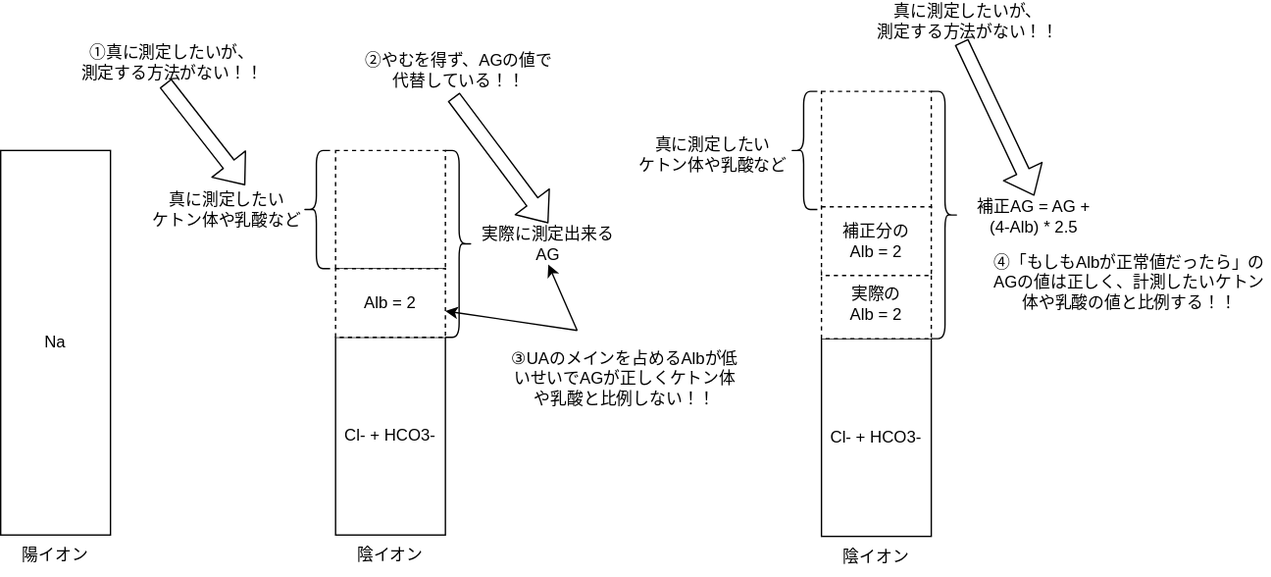
This is medicine/blood_gas_analysis_mi/images/alb_correction_image.drawio.svg from figarofuga/personal-slides, a draw.io export, as it was before one commit. Source tidied: cells renumbered, new cells last; positions are measured from the earlier drawing's top-left corner, leaving out a move shared by most shapes. The source it was exported from:
```xml
<mxGraphModel>
  <root>
    <mxCell id="0" />
    <mxCell id="1" parent="0" />
    <mxCell id="2" value="Na" style="rounded=0;whiteSpace=wrap;html=1;" parent="1" vertex="1">
      <mxGeometry y="109" width="80" height="280" as="geometry" />
    </mxCell>
    <mxCell id="3" value="Cl- + HCO3-" style="rounded=0;whiteSpace=wrap;html=1;" parent="1" vertex="1">
      <mxGeometry x="244" y="245" width="80" height="144" as="geometry" />
    </mxCell>
    <mxCell id="4" style="rounded=0;whiteSpace=wrap;html=1;dashed=1;" parent="1" vertex="1">
      <mxGeometry x="244" y="109" width="80" height="86" as="geometry" />
    </mxCell>
    <mxCell id="5" value="陽イオン" style="text;html=1;align=center;verticalAlign=middle;whiteSpace=wrap;rounded=0;" parent="1" vertex="1">
      <mxGeometry x="10" y="389" width="60" height="30" as="geometry" />
    </mxCell>
    <mxCell id="6" value="陰イオン" style="text;html=1;align=center;verticalAlign=middle;whiteSpace=wrap;rounded=0;" parent="1" vertex="1">
      <mxGeometry x="254" y="389" width="60" height="30" as="geometry" />
    </mxCell>
    <mxCell id="7" value="実際に測定出来るAG" style="text;html=1;align=center;verticalAlign=middle;whiteSpace=wrap;rounded=0;" parent="1" vertex="1">
      <mxGeometry x="344" y="162" width="110" height="30" as="geometry" />
    </mxCell>
    <mxCell id="8" style="shape=curlyBracket;whiteSpace=wrap;html=1;rounded=1;flipH=1;labelPosition=right;verticalLabelPosition=middle;align=left;verticalAlign=middle;" parent="1" vertex="1">
      <mxGeometry x="324" y="109" width="20" height="136" as="geometry" />
    </mxCell>
    <mxCell id="9" value="Alb = 2" style="rounded=0;whiteSpace=wrap;html=1;dashed=1;" parent="1" vertex="1">
      <mxGeometry x="244" y="195" width="80" height="50" as="geometry" />
    </mxCell>
    <mxCell id="10" style="shape=curlyBracket;whiteSpace=wrap;html=1;rounded=1;labelPosition=left;verticalLabelPosition=middle;align=right;verticalAlign=middle;" parent="1" vertex="1">
      <mxGeometry x="220" y="109" width="20" height="86" as="geometry" />
    </mxCell>
    <mxCell id="11" value="真に測定したい&lt;div&gt;ケトン体や乳酸など&lt;/div&gt;" style="text;html=1;whiteSpace=wrap;strokeColor=none;fillColor=none;align=center;verticalAlign=middle;rounded=0;" parent="1" vertex="1">
      <mxGeometry x="100" y="132" width="130" height="40" as="geometry" />
    </mxCell>
    <mxCell id="12" value="Cl- + HCO3-" style="rounded=0;whiteSpace=wrap;html=1;" parent="1" vertex="1">
      <mxGeometry x="598" y="246" width="80" height="144" as="geometry" />
    </mxCell>
    <mxCell id="13" style="rounded=0;whiteSpace=wrap;html=1;dashed=1;" parent="1" vertex="1">
      <mxGeometry x="598" y="66" width="80" height="86" as="geometry" />
    </mxCell>
    <mxCell id="14" value="陰イオン" style="text;html=1;align=center;verticalAlign=middle;whiteSpace=wrap;rounded=0;" parent="1" vertex="1">
      <mxGeometry x="608" y="390" width="60" height="30" as="geometry" />
    </mxCell>
    <mxCell id="15" value="補正AG = AG +&amp;nbsp;&lt;div&gt;(4-Alb) * 2.5&lt;/div&gt;" style="text;html=1;align=center;verticalAlign=middle;whiteSpace=wrap;rounded=0;" parent="1" vertex="1">
      <mxGeometry x="698" y="142" width="110" height="30" as="geometry" />
    </mxCell>
    <mxCell id="16" style="shape=curlyBracket;whiteSpace=wrap;html=1;rounded=1;flipH=1;labelPosition=right;verticalLabelPosition=middle;align=left;verticalAlign=middle;" parent="1" vertex="1">
      <mxGeometry x="678" y="66" width="20" height="180" as="geometry" />
    </mxCell>
    <mxCell id="17" style="shape=curlyBracket;whiteSpace=wrap;html=1;rounded=1;labelPosition=left;verticalLabelPosition=middle;align=right;verticalAlign=middle;" parent="1" vertex="1">
      <mxGeometry x="575" y="66" width="20" height="86" as="geometry" />
    </mxCell>
    <mxCell id="18" value="真に測定したい&lt;div&gt;ケトン体や乳酸など&lt;/div&gt;" style="text;html=1;whiteSpace=wrap;strokeColor=none;fillColor=none;align=center;verticalAlign=middle;rounded=0;" parent="1" vertex="1">
      <mxGeometry x="454" y="92" width="130" height="40" as="geometry" />
    </mxCell>
    <mxCell id="19" value="実際の&lt;div&gt;Alb = 2&lt;/div&gt;" style="rounded=0;whiteSpace=wrap;html=1;dashed=1;" parent="1" vertex="1">
      <mxGeometry x="598" y="196" width="80" height="50" as="geometry" />
    </mxCell>
    <mxCell id="20" value="補正分の&lt;div&gt;Alb = 2&lt;/div&gt;" style="rounded=0;whiteSpace=wrap;html=1;dashed=1;" parent="1" vertex="1">
      <mxGeometry x="598" y="150" width="80" height="50" as="geometry" />
    </mxCell>
    <mxCell id="21" style="shape=flexArrow;endArrow=classic;html=1;entryX=0.601;entryY=0.058;entryDx=0;entryDy=0;entryPerimeter=0;" parent="1" edge="1" target="11">
      <mxGeometry relative="1" as="geometry">
        <mxPoint x="120" y="60" as="sourcePoint" />
      </mxGeometry>
    </mxCell>
    <mxCell id="22" value="①真に測定したいが、&lt;div&gt;測定する方法がない！！&lt;/div&gt;" style="text;html=1;whiteSpace=wrap;strokeColor=none;fillColor=none;align=center;verticalAlign=middle;rounded=0;" parent="1" vertex="1">
      <mxGeometry x="50" y="30" width="150" height="30" as="geometry" />
    </mxCell>
    <mxCell id="23" style="shape=flexArrow;endArrow=classic;html=1;entryX=0.5;entryY=0;entryDx=0;entryDy=0;" parent="1" edge="1" target="7">
      <mxGeometry relative="1" as="geometry">
        <mxPoint x="330" y="70" as="sourcePoint" />
      </mxGeometry>
    </mxCell>
    <mxCell id="24" value="②やむを得ず、AGの値で&lt;div&gt;代替している！！&lt;/div&gt;" style="text;html=1;whiteSpace=wrap;strokeColor=none;fillColor=none;align=center;verticalAlign=middle;rounded=0;" parent="1" vertex="1">
      <mxGeometry x="259" y="36" width="150" height="30" as="geometry" />
    </mxCell>
    <mxCell id="25" style="shape=flexArrow;endArrow=classic;html=1;entryX=0.5;entryY=0;entryDx=0;entryDy=0;" parent="1" edge="1" target="15">
      <mxGeometry relative="1" as="geometry">
        <mxPoint x="700" y="30" as="sourcePoint" />
      </mxGeometry>
    </mxCell>
    <mxCell id="26" value="真に測定したいが、&lt;div&gt;測定する方法がない！！&lt;/div&gt;" style="text;html=1;whiteSpace=wrap;strokeColor=none;fillColor=none;align=center;verticalAlign=middle;rounded=0;" parent="1" vertex="1">
      <mxGeometry x="630" width="150" height="30" as="geometry" />
    </mxCell>
    <mxCell id="27" style="endArrow=classic;html=1;entryX=0.5;entryY=1;entryDx=0;entryDy=0;" parent="1" edge="1" target="7">
      <mxGeometry relative="1" as="geometry">
        <mxPoint x="420" y="240" as="sourcePoint" />
      </mxGeometry>
    </mxCell>
    <mxCell id="28" style="endArrow=classic;html=1;" parent="1" edge="1" target="9">
      <mxGeometry relative="1" as="geometry">
        <mxPoint x="420" y="240" as="sourcePoint" />
      </mxGeometry>
    </mxCell>
    <mxCell id="29" value="③UAのメインを占めるAlbが低いせいでAGが正しくケトン体や乳酸と比例しない！！" style="text;html=1;align=center;verticalAlign=middle;whiteSpace=wrap;rounded=0;" parent="1" vertex="1">
      <mxGeometry x="370" y="240" width="170" height="70" as="geometry" />
    </mxCell>
    <mxCell id="30" value="④「もしもAlbが正常値だったら」のAGの値は正しく、計測したいケトン体や乳酸の値と比例する！！" style="text;html=1;align=center;verticalAlign=middle;whiteSpace=wrap;rounded=0;" parent="1" vertex="1">
      <mxGeometry x="720" y="170" width="205" height="70" as="geometry" />
    </mxCell>
  </root>
</mxGraphModel>
```
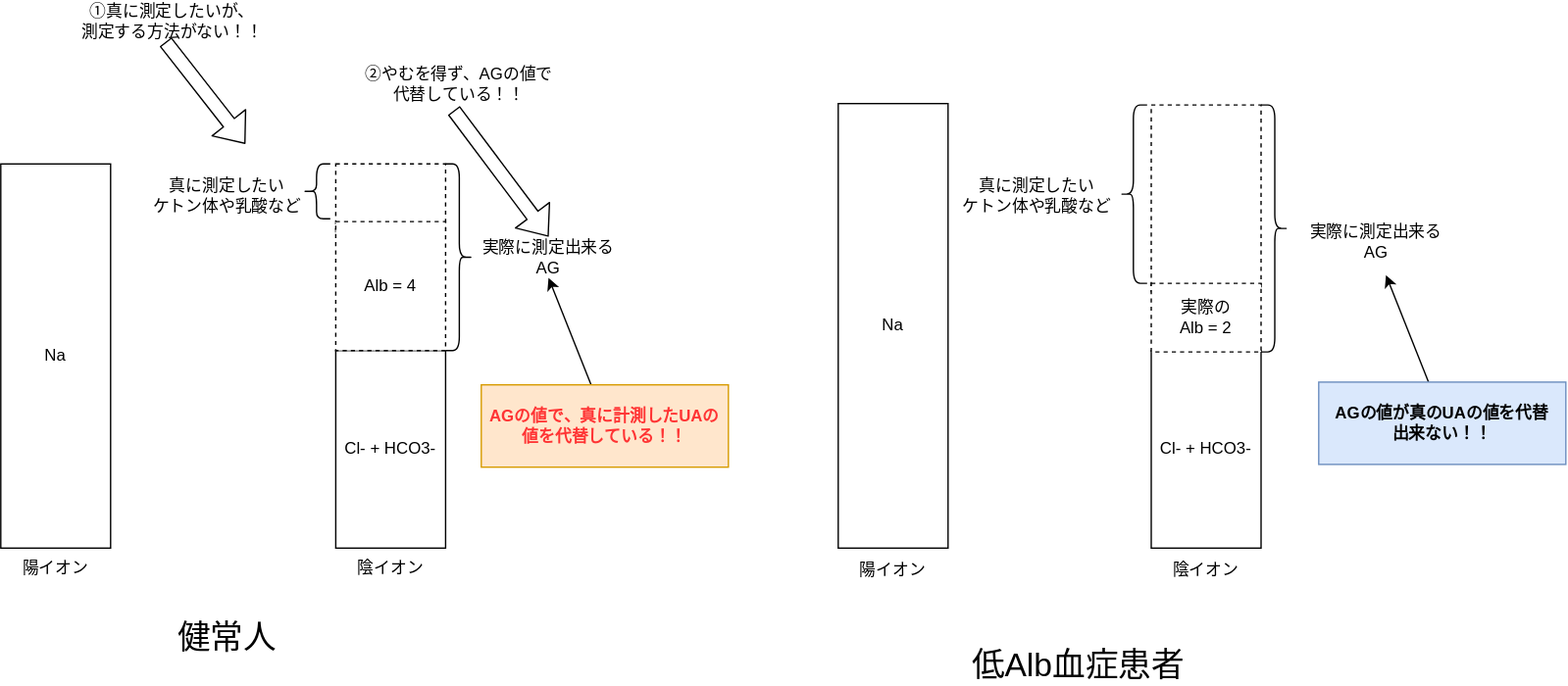
Above is the later version.

The edit, as a diff of the source:
```diff
@@ -9,7 +9,7 @@
       <mxGeometry x="244" y="245" width="80" height="144" as="geometry" />
     </mxCell>
     <mxCell id="4" style="rounded=0;whiteSpace=wrap;html=1;dashed=1;" parent="1" vertex="1">
-      <mxGeometry x="244" y="109" width="80" height="86" as="geometry" />
+      <mxGeometry x="244" y="109" width="80" height="50" as="geometry" />
     </mxCell>
     <mxCell id="5" value="陽イオン" style="text;html=1;align=center;verticalAlign=middle;whiteSpace=wrap;rounded=0;" parent="1" vertex="1">
       <mxGeometry x="10" y="389" width="60" height="30" as="geometry" />
@@ -23,49 +23,44 @@
     <mxCell id="8" style="shape=curlyBracket;whiteSpace=wrap;html=1;rounded=1;flipH=1;labelPosition=right;verticalLabelPosition=middle;align=left;verticalAlign=middle;" parent="1" vertex="1">
       <mxGeometry x="324" y="109" width="20" height="136" as="geometry" />
     </mxCell>
-    <mxCell id="9" value="Alb = 2" style="rounded=0;whiteSpace=wrap;html=1;dashed=1;" parent="1" vertex="1">
-      <mxGeometry x="244" y="195" width="80" height="50" as="geometry" />
+    <mxCell id="9" value="Alb = 4" style="rounded=0;whiteSpace=wrap;html=1;dashed=1;" parent="1" vertex="1">
+      <mxGeometry x="244" y="151" width="80" height="94" as="geometry" />
     </mxCell>
     <mxCell id="10" style="shape=curlyBracket;whiteSpace=wrap;html=1;rounded=1;labelPosition=left;verticalLabelPosition=middle;align=right;verticalAlign=middle;" parent="1" vertex="1">
-      <mxGeometry x="220" y="109" width="20" height="86" as="geometry" />
+      <mxGeometry x="220" y="109" width="20" height="40" as="geometry" />
     </mxCell>
     <mxCell id="11" value="真に測定したい&lt;div&gt;ケトン体や乳酸など&lt;/div&gt;" style="text;html=1;whiteSpace=wrap;strokeColor=none;fillColor=none;align=center;verticalAlign=middle;rounded=0;" parent="1" vertex="1">
-      <mxGeometry x="100" y="132" width="130" height="40" as="geometry" />
+      <mxGeometry x="100" y="112" width="130" height="40" as="geometry" />
     </mxCell>
     <mxCell id="12" value="Cl- + HCO3-" style="rounded=0;whiteSpace=wrap;html=1;" parent="1" vertex="1">
-      <mxGeometry x="598" y="246" width="80" height="144" as="geometry" />
+      <mxGeometry x="838" y="245" width="80" height="144" as="geometry" />
     </mxCell>
     <mxCell id="13" style="rounded=0;whiteSpace=wrap;html=1;dashed=1;" parent="1" vertex="1">
-      <mxGeometry x="598" y="66" width="80" height="86" as="geometry" />
+      <mxGeometry x="838" y="66" width="80" height="136" as="geometry" />
     </mxCell>
     <mxCell id="14" value="陰イオン" style="text;html=1;align=center;verticalAlign=middle;whiteSpace=wrap;rounded=0;" parent="1" vertex="1">
-      <mxGeometry x="608" y="390" width="60" height="30" as="geometry" />
+      <mxGeometry x="848" y="390" width="60" height="30" as="geometry" />
     </mxCell>
-    <mxCell id="15" value="補正AG = AG +&amp;nbsp;&lt;div&gt;(4-Alb) * 2.5&lt;/div&gt;" style="text;html=1;align=center;verticalAlign=middle;whiteSpace=wrap;rounded=0;" parent="1" vertex="1">
-      <mxGeometry x="698" y="142" width="110" height="30" as="geometry" />
-    </mxCell>
     <mxCell id="16" style="shape=curlyBracket;whiteSpace=wrap;html=1;rounded=1;flipH=1;labelPosition=right;verticalLabelPosition=middle;align=left;verticalAlign=middle;" parent="1" vertex="1">
-      <mxGeometry x="678" y="66" width="20" height="180" as="geometry" />
+      <mxGeometry x="918" y="66" width="20" height="180" as="geometry" />
     </mxCell>
     <mxCell id="17" style="shape=curlyBracket;whiteSpace=wrap;html=1;rounded=1;labelPosition=left;verticalLabelPosition=middle;align=right;verticalAlign=middle;" parent="1" vertex="1">
-      <mxGeometry x="575" y="66" width="20" height="86" as="geometry" />
+      <mxGeometry x="815" y="66" width="20" height="130" as="geometry" />
     </mxCell>
     <mxCell id="18" value="真に測定したい&lt;div&gt;ケトン体や乳酸など&lt;/div&gt;" style="text;html=1;whiteSpace=wrap;strokeColor=none;fillColor=none;align=center;verticalAlign=middle;rounded=0;" parent="1" vertex="1">
-      <mxGeometry x="454" y="92" width="130" height="40" as="geometry" />
+      <mxGeometry x="690" y="112" width="130" height="40" as="geometry" />
     </mxCell>
     <mxCell id="19" value="実際の&lt;div&gt;Alb = 2&lt;/div&gt;" style="rounded=0;whiteSpace=wrap;html=1;dashed=1;" parent="1" vertex="1">
-      <mxGeometry x="598" y="196" width="80" height="50" as="geometry" />
+      <mxGeometry x="838" y="196" width="80" height="50" as="geometry" />
     </mxCell>
-    <mxCell id="20" value="補正分の&lt;div&gt;Alb = 2&lt;/div&gt;" style="rounded=0;whiteSpace=wrap;html=1;dashed=1;" parent="1" vertex="1">
-      <mxGeometry x="598" y="150" width="80" height="50" as="geometry" />
-    </mxCell>
-    <mxCell id="21" style="shape=flexArrow;endArrow=classic;html=1;entryX=0.601;entryY=0.058;entryDx=0;entryDy=0;entryPerimeter=0;" parent="1" edge="1" target="11">
+    <mxCell id="21" style="shape=flexArrow;endArrow=classic;html=1;entryX=0.601;entryY=0.058;entryDx=0;entryDy=0;entryPerimeter=0;" parent="1" edge="1">
       <mxGeometry relative="1" as="geometry">
-        <mxPoint x="120" y="60" as="sourcePoint" />
+        <mxPoint x="120" y="20" as="sourcePoint" />
+        <mxPoint x="178.1" y="94.3" as="targetPoint" />
       </mxGeometry>
     </mxCell>
     <mxCell id="22" value="①真に測定したいが、&lt;div&gt;測定する方法がない！！&lt;/div&gt;" style="text;html=1;whiteSpace=wrap;strokeColor=none;fillColor=none;align=center;verticalAlign=middle;rounded=0;" parent="1" vertex="1">
-      <mxGeometry x="50" y="30" width="150" height="30" as="geometry" />
+      <mxGeometry x="50" y="-10" width="150" height="30" as="geometry" />
     </mxCell>
     <mxCell id="23" style="shape=flexArrow;endArrow=classic;html=1;entryX=0.5;entryY=0;entryDx=0;entryDy=0;" parent="1" edge="1" target="7">
       <mxGeometry relative="1" as="geometry">
@@ -75,29 +70,37 @@
     <mxCell id="24" value="②やむを得ず、AGの値で&lt;div&gt;代替している！！&lt;/div&gt;" style="text;html=1;whiteSpace=wrap;strokeColor=none;fillColor=none;align=center;verticalAlign=middle;rounded=0;" parent="1" vertex="1">
       <mxGeometry x="259" y="36" width="150" height="30" as="geometry" />
     </mxCell>
-    <mxCell id="25" style="shape=flexArrow;endArrow=classic;html=1;entryX=0.5;entryY=0;entryDx=0;entryDy=0;" parent="1" edge="1" target="15">
-      <mxGeometry relative="1" as="geometry">
-        <mxPoint x="700" y="30" as="sourcePoint" />
-      </mxGeometry>
-    </mxCell>
-    <mxCell id="26" value="真に測定したいが、&lt;div&gt;測定する方法がない！！&lt;/div&gt;" style="text;html=1;whiteSpace=wrap;strokeColor=none;fillColor=none;align=center;verticalAlign=middle;rounded=0;" parent="1" vertex="1">
-      <mxGeometry x="630" width="150" height="30" as="geometry" />
-    </mxCell>
     <mxCell id="27" style="endArrow=classic;html=1;entryX=0.5;entryY=1;entryDx=0;entryDy=0;" parent="1" edge="1" target="7">
       <mxGeometry relative="1" as="geometry">
-        <mxPoint x="420" y="240" as="sourcePoint" />
+        <mxPoint x="430" y="270" as="sourcePoint" />
       </mxGeometry>
     </mxCell>
-    <mxCell id="28" style="endArrow=classic;html=1;" parent="1" edge="1" target="9">
-      <mxGeometry relative="1" as="geometry">
-        <mxPoint x="420" y="240" as="sourcePoint" />
-      </mxGeometry>
-    </mxCell>
-    <mxCell id="29" value="③UAのメインを占めるAlbが低いせいでAGが正しくケトン体や乳酸と比例しない！！" style="text;html=1;align=center;verticalAlign=middle;whiteSpace=wrap;rounded=0;" parent="1" vertex="1">
-      <mxGeometry x="370" y="240" width="170" height="70" as="geometry" />
-    </mxCell>
-    <mxCell id="30" value="④「もしもAlbが正常値だったら」のAGの値は正しく、計測したいケトン体や乳酸の値と比例する！！" style="text;html=1;align=center;verticalAlign=middle;whiteSpace=wrap;rounded=0;" parent="1" vertex="1">
-      <mxGeometry x="720" y="170" width="205" height="70" as="geometry" />
-    </mxCell>
+    <mxCell id="31" value="&lt;font style=&quot;font-size: 24px;&quot;&gt;健常人&lt;/font&gt;" style="text;html=1;whiteSpace=wrap;strokeColor=none;fillColor=none;align=center;verticalAlign=middle;rounded=0;" parent="1" vertex="1">
+      <mxGeometry x="120" y="440" width="90" height="30" as="geometry" />
+    </mxCell>
+    <mxCell id="32" value="&lt;b&gt;AGの値で、真に計測したUAの値を代替している！！&lt;/b&gt;" style="text;html=1;whiteSpace=wrap;align=center;verticalAlign=middle;rounded=0;fillColor=#ffe6cc;strokeColor=#d79b00;fontColor=#FF3333;" parent="1" vertex="1">
+      <mxGeometry x="350" y="270" width="180" height="60" as="geometry" />
+    </mxCell>
+    <mxCell id="33" value="Na" style="rounded=0;whiteSpace=wrap;html=1;" parent="1" vertex="1">
+      <mxGeometry x="610" y="65" width="80" height="324" as="geometry" />
+    </mxCell>
+    <mxCell id="34" value="&lt;span style=&quot;font-size: 24px;&quot;&gt;低Alb血症患者&lt;/span&gt;" style="text;html=1;whiteSpace=wrap;strokeColor=none;fillColor=none;align=center;verticalAlign=middle;rounded=0;" parent="1" vertex="1">
+      <mxGeometry x="700" y="460" width="170" height="30" as="geometry" />
+    </mxCell>
+    <mxCell id="35" value="実際に測定出来るAG" style="text;html=1;align=center;verticalAlign=middle;whiteSpace=wrap;rounded=0;" parent="1" vertex="1">
+      <mxGeometry x="947" y="151" width="110" height="30" as="geometry" />
+    </mxCell>
+    <mxCell id="36" style="endArrow=classic;html=1;entryX=0.5;entryY=1;entryDx=0;entryDy=0;" parent="1" edge="1">
+      <mxGeometry relative="1" as="geometry">
+        <mxPoint x="1040" y="268" as="sourcePoint" />
+        <mxPoint x="1009" y="190" as="targetPoint" />
+      </mxGeometry>
+    </mxCell>
+    <mxCell id="37" value="&lt;b&gt;AGの値が真のUAの値を代替&lt;br&gt;出来ない！！&lt;/b&gt;" style="text;html=1;whiteSpace=wrap;align=center;verticalAlign=middle;rounded=0;fillColor=#dae8fc;strokeColor=#6c8ebf;" parent="1" vertex="1">
+      <mxGeometry x="960" y="268" width="180" height="60" as="geometry" />
+    </mxCell>
+    <mxCell id="38" value="陽イオン" style="text;html=1;align=center;verticalAlign=middle;whiteSpace=wrap;rounded=0;" parent="1" vertex="1">
+      <mxGeometry x="620" y="390" width="60" height="30" as="geometry" />
+    </mxCell>
   </root>
 </mxGraphModel>
```
